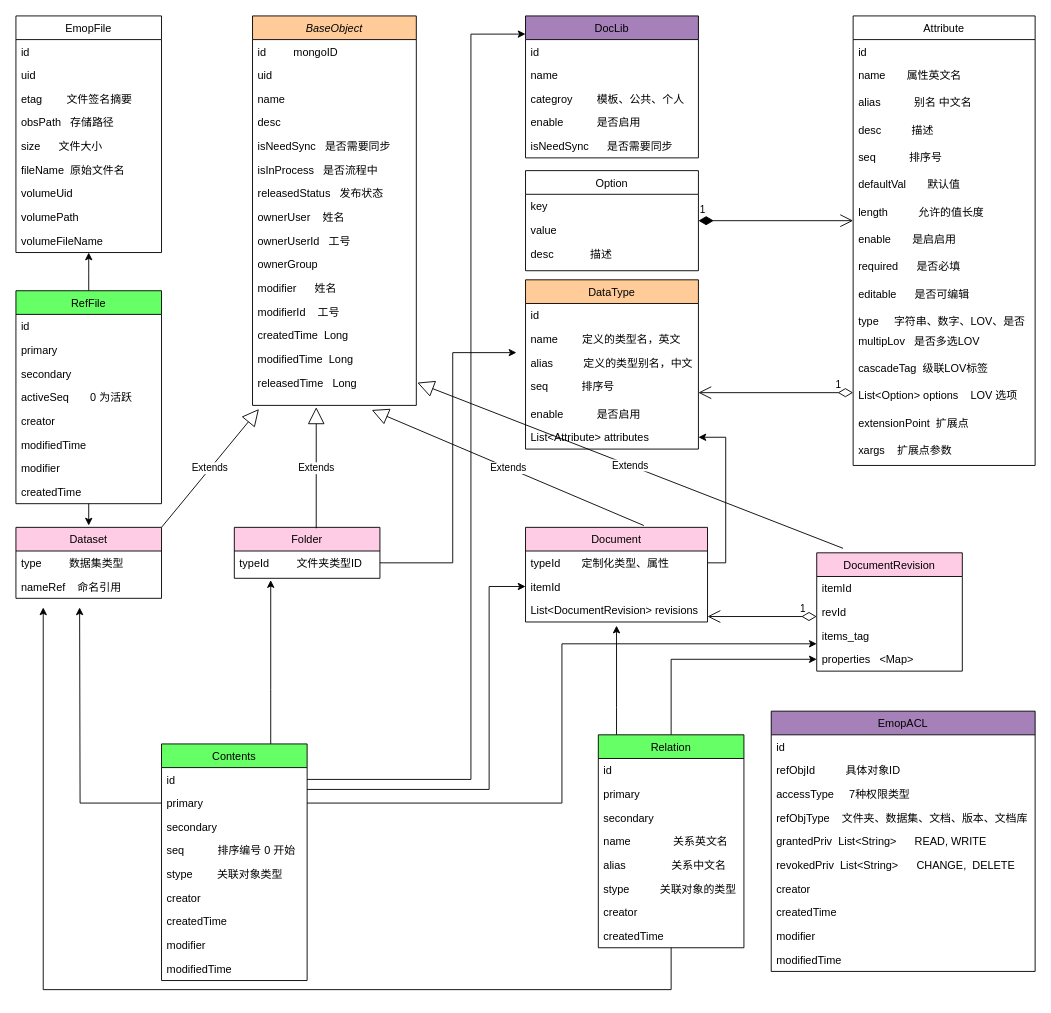
This is doc.drawio from lvmq/emop, a draw.io file, before an edit. Source tidied: cells renumbered, new cells numbered last; positions are measured from the earlier drawing's top-left corner, leaving out a move shared by most shapes. Both pictures are drawn from the tidied source at 91%, with x=0, y=0 at pixel (15, 15).
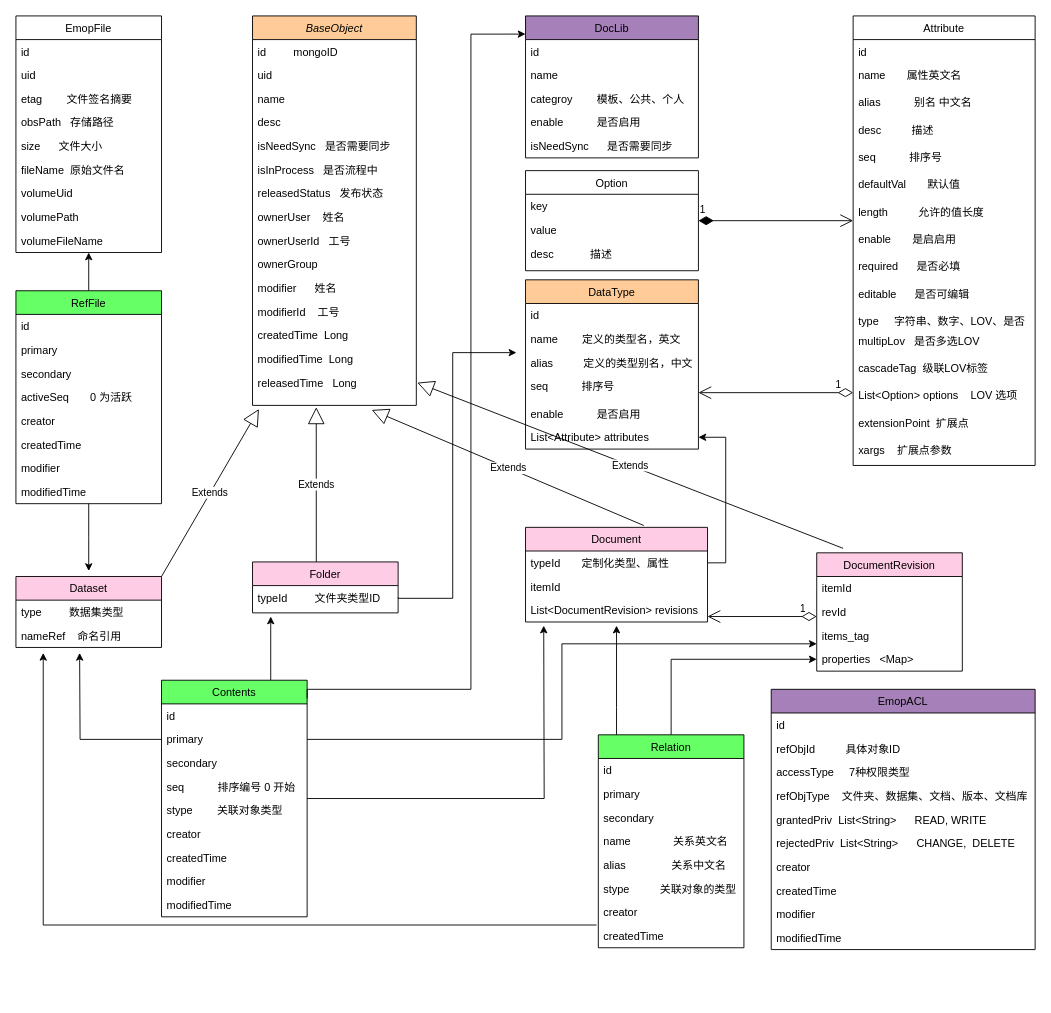
Above is the later version.

Unchanged cells that the change refers to:
```xml
<mxCell id="17" value="releasedTime   Long" style="text;align=left;verticalAlign=top;spacingLeft=4;spacingRight=4;overflow=hidden;points=[[0,0.5],[1,0.5]];portConstraint=eastwest;rounded=0;shadow=0;html=0;" parent="2" vertex="1">
  <mxGeometry y="390" width="180" height="38" as="geometry" />
</mxCell>
<mxCell id="22" value="typeId         文件夹类型ID" style="text;align=left;verticalAlign=top;spacingLeft=4;spacingRight=4;overflow=hidden;points=[[0,0.5],[1,0.5]];portConstraint=eastwest;" parent="21" vertex="1">
  <mxGeometry y="26" width="160" height="26" as="geometry" />
</mxCell>
<mxCell id="25" value="itemId            " style="text;align=left;verticalAlign=top;spacingLeft=4;spacingRight=4;overflow=hidden;points=[[0,0.5],[1,0.5]];portConstraint=eastwest;" parent="23" vertex="1">
  <mxGeometry y="52" width="200" height="26" as="geometry" />
</mxCell>
<mxCell id="44" value="id" style="text;align=left;verticalAlign=top;spacingLeft=4;spacingRight=4;overflow=hidden;points=[[0,0.5],[1,0.5]];portConstraint=eastwest;" parent="43" vertex="1">
  <mxGeometry y="26" width="160" height="26" as="geometry" />
</mxCell>
<mxCell id="45" value="primary" style="text;align=left;verticalAlign=top;spacingLeft=4;spacingRight=4;overflow=hidden;points=[[0,0.5],[1,0.5]];portConstraint=eastwest;" parent="43" vertex="1">
  <mxGeometry y="52" width="160" height="26" as="geometry" />
</mxCell>
<mxCell id="63" value="createdTime" style="text;align=left;verticalAlign=top;spacingLeft=4;spacingRight=4;overflow=hidden;points=[[0,0.5],[1,0.5]];portConstraint=eastwest;" parent="55" vertex="1">
  <mxGeometry y="208" width="160" height="26" as="geometry" />
</mxCell>
<mxCell id="89" value="DocLib" style="swimlane;fontStyle=0;align=center;verticalAlign=top;horizontal=1;startSize=26;rounded=0;shadow=0;strokeWidth=1;fillColor=#A680B8;" parent="1" vertex="1">
  <mxGeometry x="560" width="190" height="156" as="geometry" />
</mxCell>
<mxCell id="124" value="RefFile" style="swimlane;fontStyle=0;align=center;verticalAlign=top;horizontal=1;startSize=26;rounded=0;shadow=0;strokeWidth=1;fillColor=#66FF66;" parent="1" vertex="1">
  <mxGeometry y="302" width="160" height="234" as="geometry" />
</mxCell>
```

What changed in the source:
```diff
@@
     <mxCell id="18" value="Dataset&#10;" style="swimlane;fontStyle=0;align=center;verticalAlign=top;horizontal=1;startSize=26;rounded=0;shadow=0;strokeWidth=1;fillColor=#FFCCE6;" parent="1" vertex="1">
-      <mxGeometry y="562" width="160" height="78" as="geometry" />
+      <mxGeometry y="616" width="160" height="78" as="geometry" />
     </mxCell>
@@
     <mxCell id="21" value="Folder&#10;" style="swimlane;fontStyle=0;align=center;verticalAlign=top;horizontal=1;startSize=26;rounded=0;shadow=0;strokeWidth=1;fillColor=#FFCCE6;" parent="1" vertex="1">
-      <mxGeometry x="240" y="562" width="160" height="56" as="geometry" />
+      <mxGeometry x="260" y="600" width="160" height="56" as="geometry" />
     </mxCell>
@@
     <mxCell id="42" style="edgeStyle=orthogonalEdgeStyle;rounded=0;jettySize=auto;html=1;" parent="1" edge="1" source="43">
       <mxGeometry relative="1" as="geometry">
-        <mxPoint x="280" y="620" as="targetPoint" />
+        <mxPoint x="280" y="660" as="targetPoint" />
         <Array as="points">
           <mxPoint x="280" y="740" />
           <mxPoint x="280" y="740" />
         </Array>
       </mxGeometry>
     </mxCell>
+    <mxCell id="134" style="edgeStyle=orthogonalEdgeStyle;rounded=0;jettySize=auto;html=1;" parent="1" edge="1" source="43">
+      <mxGeometry relative="1" as="geometry">
+        <mxPoint x="580" y="670" as="targetPoint" />
+      </mxGeometry>
+    </mxCell>
     <mxCell id="43" value="Contents" style="swimlane;fontStyle=0;align=center;verticalAlign=top;horizontal=1;startSize=26;rounded=0;shadow=0;strokeWidth=1;fillColor=#66FF66;" parent="1" vertex="1">
-      <mxGeometry x="160" y="800" width="160" height="260" as="geometry" />
+      <mxGeometry x="160" y="730" width="160" height="260" as="geometry" />
     </mxCell>
@@
     <mxCell id="100" style="edgeStyle=orthogonalEdgeStyle;rounded=0;jettySize=auto;html=1;" parent="1" edge="1" source="45">
       <mxGeometry relative="1" as="geometry">
-        <mxPoint x="70" y="650" as="targetPoint" />
+        <mxPoint x="70" y="700" as="targetPoint" />
       </mxGeometry>
     </mxCell>
-    <mxCell id="101" style="edgeStyle=orthogonalEdgeStyle;rounded=0;jettySize=auto;html=1;entryX=0;entryY=0.5;entryDx=0;entryDy=0;" parent="1" edge="1" source="44" target="25">
-      <mxGeometry relative="1" as="geometry">
-        <Array as="points">
-          <mxPoint x="520" y="850" />
-          <mxPoint x="520" y="627" />
-        </Array>
-      </mxGeometry>
-    </mxCell>
@@
-    <mxCell id="104" style="edgeStyle=orthogonalEdgeStyle;rounded=0;jettySize=auto;html=1;" parent="1" edge="1" source="63">
+    <mxCell id="104" style="edgeStyle=orthogonalEdgeStyle;rounded=0;jettySize=auto;html=1;exitX=-0.012;exitY=0.038;exitDx=0;exitDy=0;exitPerimeter=0;" parent="1" edge="1" source="63">
       <mxGeometry relative="1" as="geometry">
-        <mxPoint x="30" y="650" as="targetPoint" />
+        <mxPoint x="30" y="700" as="targetPoint" />
         <Array as="points">
-          <mxPoint x="720" y="1070" />
-          <mxPoint x="30" y="1070" />
+          <mxPoint x="30" y="999" />
         </Array>
       </mxGeometry>
     </mxCell>
@@
-    <mxCell id="106" value="Extends" style="endArrow=block;endSize=16;endFill=0;html=1;rounded=0;entryX=0.389;entryY=1.053;entryDx=0;entryDy=0;entryPerimeter=0;" parent="1" edge="1" target="17">
-      <mxGeometry relative="1" as="geometry">
-        <mxPoint x="330" y="563" as="sourcePoint" />
-      </mxGeometry>
+    <mxCell id="106" value="Extends" style="endArrow=block;endSize=16;endFill=0;html=1;rounded=0;entryX=0.389;entryY=1.053;entryDx=0;entryDy=0;entryPerimeter=0;exitX=0.438;exitY=0;exitDx=0;exitDy=0;exitPerimeter=0;" parent="1" edge="1" source="21" target="17">
+      <mxGeometry relative="1" as="geometry" />
     </mxCell>
@@
-    <mxCell id="109" style="edgeStyle=orthogonalEdgeStyle;rounded=0;jettySize=auto;html=1;" parent="1" edge="1" source="22">
+    <mxCell id="109" style="edgeStyle=orthogonalEdgeStyle;rounded=0;jettySize=auto;html=1;exitX=1;exitY=0.5;exitDx=0;exitDy=0;" parent="1" edge="1" source="22">
       <mxGeometry relative="1" as="geometry">
         <mxPoint x="550" y="370" as="targetPoint" />
         <Array as="points">
-          <mxPoint x="480" y="601" />
+          <mxPoint x="420" y="640" />
+          <mxPoint x="480" y="640" />
           <mxPoint x="480" y="370" />
         </Array>
       </mxGeometry>
     </mxCell>
@@
     <mxCell id="111" value="EmopACL" style="swimlane;fontStyle=0;align=center;verticalAlign=top;horizontal=1;startSize=26;rounded=0;shadow=0;strokeWidth=1;fillColor=#A680B8;" parent="1" vertex="1">
-      <mxGeometry x="830" y="764" width="290" height="286" as="geometry" />
+      <mxGeometry x="830" y="740" width="290" height="286" as="geometry" />
     </mxCell>
@@
-    <mxCell id="117" value="revokedPriv  List&lt;String&gt;      CHANGE,  DELETE" style="text;align=left;verticalAlign=top;spacingLeft=4;spacingRight=4;overflow=hidden;" parent="111" vertex="1">
+    <mxCell id="117" value="rejectedPriv  List&lt;String&gt;      CHANGE,  DELETE" style="text;align=left;verticalAlign=top;spacingLeft=4;spacingRight=4;overflow=hidden;" parent="111" vertex="1">
       <mxGeometry y="156" width="290" height="26" as="geometry" />
     </mxCell>
@@
     <mxCell id="122" style="edgeStyle=orthogonalEdgeStyle;rounded=0;jettySize=auto;html=1;" parent="1" edge="1" source="124">
       <mxGeometry relative="1" as="geometry">
-        <mxPoint x="80" y="560" as="targetPoint" />
+        <mxPoint x="80" y="610" as="targetPoint" />
       </mxGeometry>
     </mxCell>
@@
+    <mxCell id="132" value="createdTime" style="text;align=left;verticalAlign=top;spacingLeft=4;spacingRight=4;overflow=hidden;" parent="124" vertex="1">
+      <mxGeometry y="156" width="160" height="26" as="geometry" />
+    </mxCell>
+    <mxCell id="131" value="modifier" style="text;align=left;verticalAlign=top;spacingLeft=4;spacingRight=4;overflow=hidden;" parent="124" vertex="1">
+      <mxGeometry y="182" width="160" height="26" as="geometry" />
+    </mxCell>
     <mxCell id="130" value="modifiedTime" style="text;align=left;verticalAlign=top;spacingLeft=4;spacingRight=4;overflow=hidden;" parent="124" vertex="1">
-      <mxGeometry y="156" width="160" height="26" as="geometry" />
+      <mxGeometry y="208" width="160" height="26" as="geometry" />
     </mxCell>
-    <mxCell id="131" value="modifier" style="text;align=left;verticalAlign=top;spacingLeft=4;spacingRight=4;overflow=hidden;" parent="124" vertex="1">
-      <mxGeometry y="182" width="160" height="26" as="geometry" />
-    </mxCell>
-    <mxCell id="132" value="createdTime" style="text;align=left;verticalAlign=top;spacingLeft=4;spacingRight=4;overflow=hidden;" parent="124" vertex="1">
-      <mxGeometry y="208" width="160" height="26" as="geometry" />
-    </mxCell>
-    <mxCell id="133" style="edgeStyle=orthogonalEdgeStyle;rounded=0;jettySize=auto;html=1;entryX=0;entryY=0.128;entryDx=0;entryDy=0;entryPerimeter=0;" parent="1" edge="1" source="44" target="89">
+    <mxCell id="133" style="edgeStyle=orthogonalEdgeStyle;rounded=0;jettySize=auto;html=1;entryX=0;entryY=0.128;entryDx=0;entryDy=0;entryPerimeter=0;" parent="1" edge="1" target="89">
       <mxGeometry relative="1" as="geometry">
+        <mxPoint x="320" y="750" as="sourcePoint" />
         <Array as="points">
-          <mxPoint x="500" y="839" />
+          <mxPoint x="320" y="740" />
+          <mxPoint x="500" y="740" />
           <mxPoint x="500" y="20" />
         </Array>
       </mxGeometry>
     </mxCell>
```
